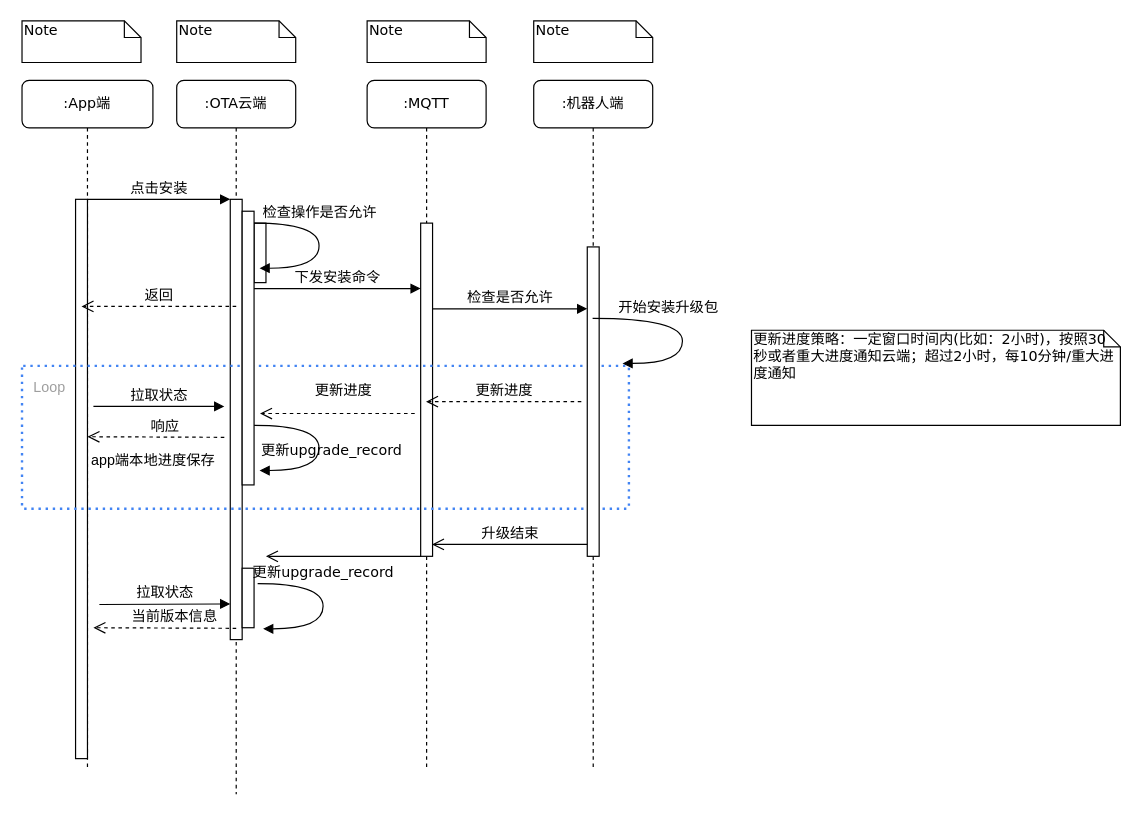
Above: craft/upgrade_flow.drawio in feihu618/drawio (draw.io), before the change. Source tidied: cells renumbered, new cells numbered last; positions are measured from the earlier drawing's top-left corner, leaving out a move shared by most shapes. Both pictures are drawn from the tidied source at 119%, with x=0, y=0 at pixel (21, 20).
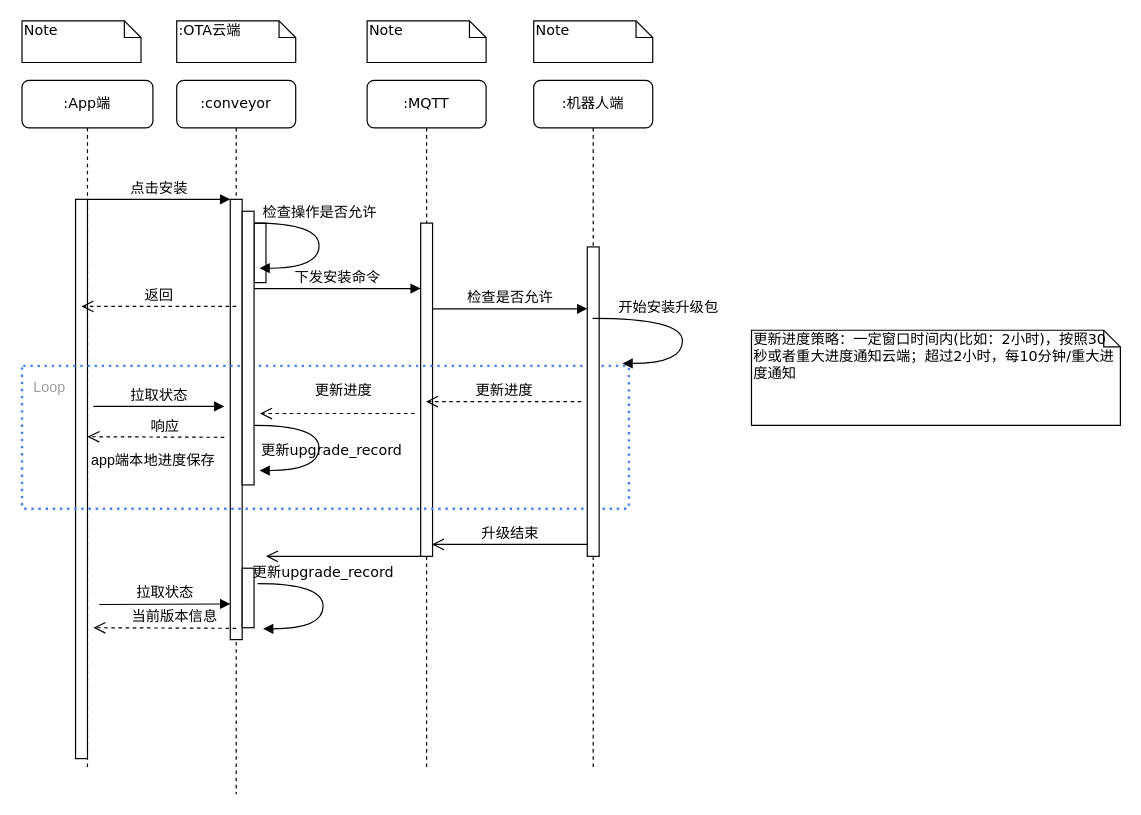
Above is the later version.

What changed in the source:
```diff
@@
-    <mxCell id="2" value=":OTA云端" style="shape=umlLifeline;perimeter=lifelinePerimeter;whiteSpace=wrap;html=1;rounded=1;shadow=0;comic=0;labelBackgroundColor=none;strokeWidth=1;fontFamily=Verdana;fontSize=12;align=center;" parent="1" vertex="1">
+    <mxCell id="2" value=":conveyor" style="shape=umlLifeline;perimeter=lifelinePerimeter;whiteSpace=wrap;html=1;rounded=1;shadow=0;comic=0;labelBackgroundColor=none;strokeWidth=1;fontFamily=Verdana;fontSize=12;align=center;" parent="1" vertex="1">
       <mxGeometry x="130" y="50" width="100" height="600" as="geometry" />
     </mxCell>
@@
-    <mxCell id="22" value="Note" style="shape=note;whiteSpace=wrap;html=1;size=14;verticalAlign=top;align=left;spacingTop=-6;rounded=0;shadow=0;comic=0;labelBackgroundColor=none;strokeWidth=1;fontFamily=Verdana;fontSize=12;" parent="1" vertex="1">
+    <mxCell id="22" value="&lt;span style=&quot;text-align: center;&quot;&gt;:OTA云端&lt;/span&gt;" style="shape=note;whiteSpace=wrap;html=1;size=14;verticalAlign=top;align=left;spacingTop=-6;rounded=0;shadow=0;comic=0;labelBackgroundColor=none;strokeWidth=1;fontFamily=Verdana;fontSize=12;" parent="1" vertex="1">
       <mxGeometry x="130" width="100" height="35" as="geometry" />
     </mxCell>
```
